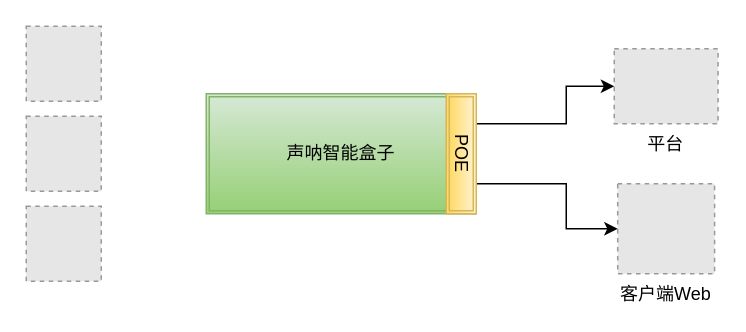
The draw.io diagram shengna.drawio in snowolfhawk/ceph-scripts, before the edit. Source tidied: cells renumbered, new cells numbered last; positions are measured from the earlier drawing's top-left corner, leaving out a move shared by most shapes. Both pictures are drawn from the tidied source at 150%, with x=0, y=0 at pixel (26, 26). Pictures stored in the file or linked from it are replaced by grey dashed boxes.
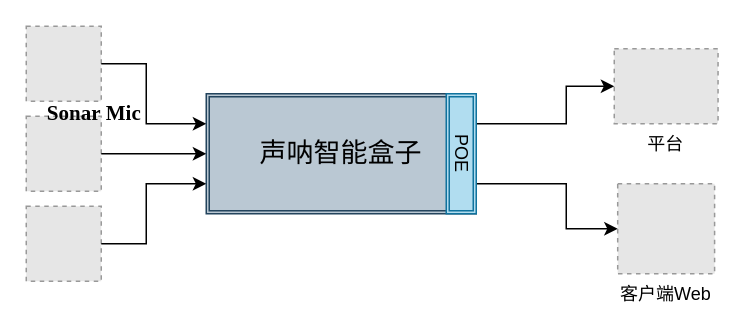
Above is the later version.

Unchanged cells that the change refers to:
```xml
<mxCell id="3" style="fillColor=#E6E6E6;strokeColor=#999999;dashed=1;html=1;verticalAlign=top;verticalLabelPosition=bottom;labelBackgroundColor=#ffffff;" parent="1" vertex="1">
  <mxGeometry width="50" height="50" as="geometry" />
</mxCell>
<mxCell id="9" style="fillColor=#E6E6E6;strokeColor=#999999;dashed=1;html=1;verticalAlign=top;verticalLabelPosition=bottom;labelBackgroundColor=#ffffff;" parent="1" vertex="1">
  <mxGeometry y="60" width="50" height="50" as="geometry" />
</mxCell>
<mxCell id="10" style="fillColor=#E6E6E6;strokeColor=#999999;dashed=1;html=1;verticalAlign=top;verticalLabelPosition=bottom;labelBackgroundColor=#ffffff;" parent="1" vertex="1">
  <mxGeometry y="120" width="50" height="50" as="geometry" />
</mxCell>
```

Diff of the diagram source:
```diff
@@
-    <mxCell id="5" value="声呐智能盒子" style="shape=ext;double=1;rounded=0;whiteSpace=wrap;html=1;fillColor=#d5e8d4;strokeColor=#82b366;gradientColor=#97d077;" parent="1" vertex="1">
+    <mxCell id="5" value="&lt;font face=&quot;Times New Roman&quot; style=&quot;font-size: 18px&quot;&gt;声呐智能盒子&lt;/font&gt;" style="shape=ext;double=1;rounded=0;whiteSpace=wrap;html=1;fillColor=#bac8d3;strokeColor=#23445d;" parent="1" vertex="1">
       <mxGeometry x="120" y="45" width="180" height="80" as="geometry" />
     </mxCell>
@@
-    <mxCell id="8" value="POE" style="shape=ext;double=1;rounded=0;whiteSpace=wrap;html=1;rotation=90;fillColor=#fff2cc;gradientColor=#ffd966;strokeColor=#d6b656;" parent="1" vertex="1">
+    <mxCell id="8" value="POE" style="shape=ext;double=1;rounded=0;whiteSpace=wrap;html=1;rotation=90;fillColor=#b1ddf0;strokeColor=#10739e;" parent="1" vertex="1">
       <mxGeometry x="250" y="75" width="80" height="20" as="geometry" />
     </mxCell>
@@
+    <mxCell id="11" style="edgeStyle=segmentEdgeStyle;endArrow=classic;html=1;rounded=0;exitX=1;exitY=0.5;exitDx=0;exitDy=0;entryX=0;entryY=0.25;entryDx=0;entryDy=0;" parent="1" edge="1" source="3" target="5">
+      <mxGeometry relative="1" as="geometry">
+        <Array as="points">
+          <mxPoint x="80" y="25" />
+          <mxPoint x="80" y="65" />
+        </Array>
+      </mxGeometry>
+    </mxCell>
+    <mxCell id="12" style="edgeStyle=elbowEdgeStyle;elbow=horizontal;endArrow=classic;html=1;rounded=0;exitX=1;exitY=0.5;exitDx=0;exitDy=0;entryX=0;entryY=0.5;entryDx=0;entryDy=0;" parent="1" edge="1" source="9" target="5">
+      <mxGeometry relative="1" as="geometry" />
+    </mxCell>
+    <mxCell id="13" style="edgeStyle=elbowEdgeStyle;elbow=horizontal;endArrow=classic;html=1;rounded=0;entryX=0;entryY=0.75;entryDx=0;entryDy=0;exitX=1;exitY=0.5;exitDx=0;exitDy=0;" parent="1" edge="1" source="10" target="5">
+      <mxGeometry relative="1" as="geometry">
+        <Array as="points">
+          <mxPoint x="80" y="155" />
+        </Array>
+      </mxGeometry>
+    </mxCell>
+    <mxCell id="14" value="&lt;font style=&quot;font-size: 14px&quot;&gt;Sonar&amp;nbsp;Mic&lt;/font&gt;" style="text;strokeColor=none;fillColor=none;html=1;fontSize=24;fontStyle=1;verticalAlign=middle;align=center;fontFamily=Times New Roman;" parent="1" vertex="1">
+      <mxGeometry x="10" y="35" width="70" height="40" as="geometry" />
+    </mxCell>
```
